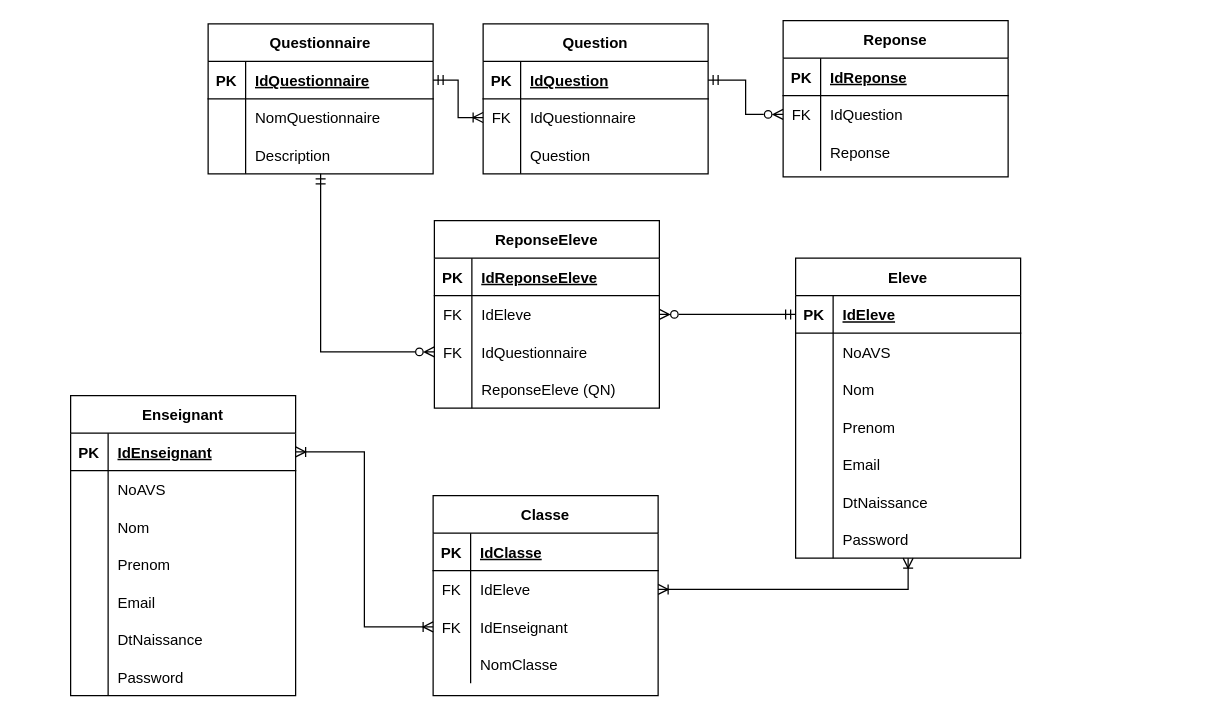
Before: DBDiagram.drawio in Devetik/Diagrammes, a draw.io diagram. Source tidied: cells renumbered, new cells numbered last; positions are measured from the earlier drawing's top-left corner, leaving out a move shared by most shapes. Both pictures are drawn from the tidied source at 125%, with x=0, y=0 at pixel (70, 20).
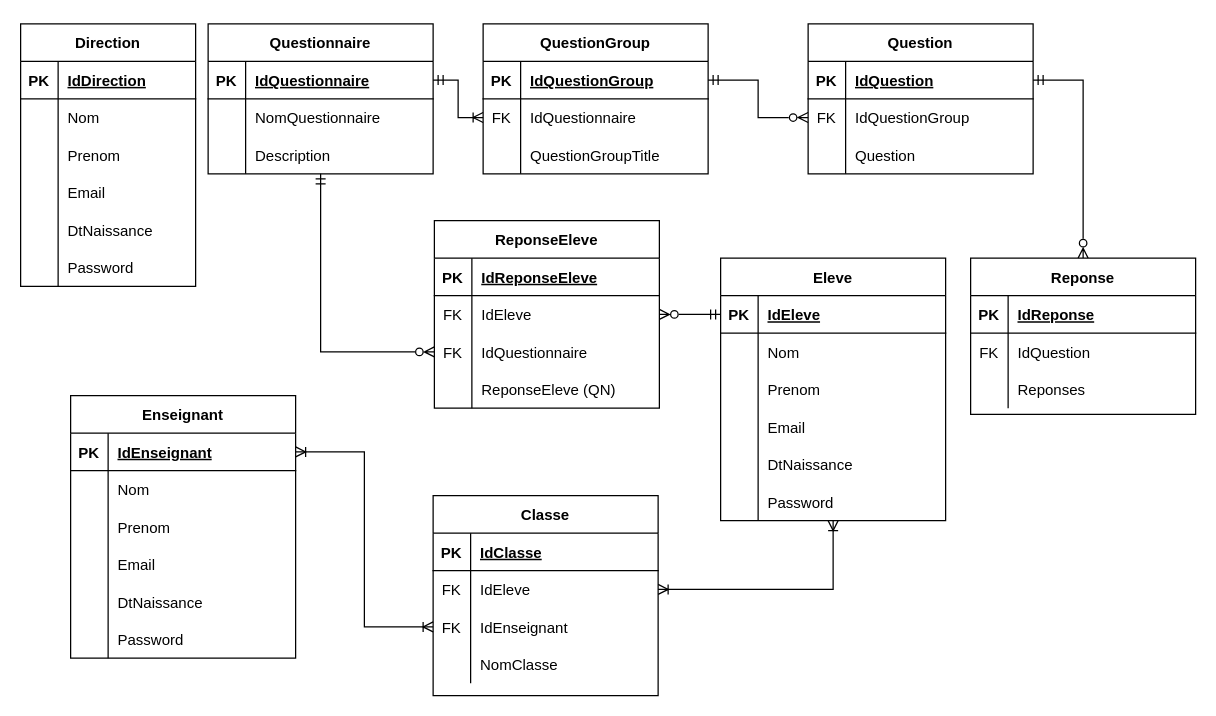
Above is the later version.

Unchanged cells that the change refers to:
```xml
<mxCell id="38" style="shape=tableRow;horizontal=0;startSize=0;swimlaneHead=0;swimlaneBody=0;fillColor=none;points=[[0,0.5],[1,0.5]];portConstraint=eastwest;top=0;left=0;right=0;bottom=1;" parent="37" vertex="1">
  <mxGeometry y="30" width="180" height="30" as="geometry" />
</mxCell>
<mxCell id="44" style="shape=tableRow;horizontal=0;startSize=0;swimlaneHead=0;swimlaneBody=0;fillColor=none;top=0;left=0;right=0;bottom=0;" parent="37" vertex="1">
  <mxGeometry y="90" width="180" height="30" as="geometry" />
</mxCell>
<mxCell id="51" style="shape=tableRow;horizontal=0;startSize=0;swimlaneHead=0;swimlaneBody=0;fillColor=none;points=[[0,0.5],[1,0.5]];portConstraint=eastwest;top=0;left=0;right=0;bottom=0;" parent="47" vertex="1">
  <mxGeometry y="60" width="180" height="30" as="geometry" />
</mxCell>
<mxCell id="54" style="shape=tableRow;horizontal=0;startSize=0;swimlaneHead=0;swimlaneBody=0;fillColor=none;top=0;left=0;right=0;bottom=0;" parent="47" vertex="1">
  <mxGeometry y="90" width="180" height="30" as="geometry" />
</mxCell>
```

Diff of the diagram source:
```diff
@@
     <mxCell id="3" value="Eleve" style="shape=table;startSize=30;childLayout=tableLayout;rowLines=0;fontStyle=1;align=center;" parent="1" vertex="1">
-      <mxGeometry x="580" y="190" width="180" height="240" as="geometry" />
+      <mxGeometry x="520" y="190" width="180" height="210" as="geometry" />
     </mxCell>
@@
-    <mxCell id="7" style="shape=tableRow;horizontal=0;startSize=0;swimlaneHead=0;swimlaneBody=0;fillColor=none;top=0;left=0;right=0;bottom=0;" parent="3" vertex="1">
-      <mxGeometry y="60" width="180" height="30" as="geometry" />
-    </mxCell>
-    <mxCell id="8" style="shape=partialRectangle;fillColor=none;top=0;left=0;bottom=0;right=0;overflow=hidden;" parent="7" vertex="1">
-      <mxGeometry width="30" height="30" as="geometry" />
-    </mxCell>
-    <mxCell id="9" value="NoAVS" style="shape=partialRectangle;fillColor=none;top=0;left=0;bottom=0;right=0;align=left;spacingLeft=6;overflow=hidden;" parent="7" vertex="1">
-      <mxGeometry x="30" width="150" height="30" as="geometry" />
-    </mxCell>
     <mxCell id="10" style="shape=tableRow;horizontal=0;startSize=0;swimlaneHead=0;swimlaneBody=0;fillColor=none;top=0;left=0;right=0;bottom=0;" parent="3" vertex="1">
-      <mxGeometry y="90" width="180" height="30" as="geometry" />
+      <mxGeometry y="60" width="180" height="30" as="geometry" />
     </mxCell>
@@
     <mxCell id="13" style="shape=tableRow;horizontal=0;startSize=0;swimlaneHead=0;swimlaneBody=0;fillColor=none;top=0;left=0;right=0;bottom=0;" parent="3" vertex="1">
-      <mxGeometry y="120" width="180" height="30" as="geometry" />
+      <mxGeometry y="90" width="180" height="30" as="geometry" />
     </mxCell>
@@
     <mxCell id="16" style="shape=tableRow;horizontal=0;startSize=0;swimlaneHead=0;swimlaneBody=0;fillColor=none;top=0;left=0;right=0;bottom=0;" parent="3" vertex="1">
-      <mxGeometry y="150" width="180" height="30" as="geometry" />
+      <mxGeometry y="120" width="180" height="30" as="geometry" />
     </mxCell>
@@
     <mxCell id="19" style="shape=tableRow;horizontal=0;startSize=0;swimlaneHead=0;swimlaneBody=0;fillColor=none;top=0;left=0;right=0;bottom=0;" parent="3" vertex="1">
-      <mxGeometry y="180" width="180" height="30" as="geometry" />
+      <mxGeometry y="150" width="180" height="30" as="geometry" />
     </mxCell>
@@
     <mxCell id="22" style="shape=tableRow;horizontal=0;startSize=0;swimlaneHead=0;swimlaneBody=0;fillColor=none;top=0;left=0;right=0;bottom=0;" parent="3" vertex="1">
-      <mxGeometry y="210" width="180" height="30" as="geometry" />
+      <mxGeometry y="180" width="180" height="30" as="geometry" />
     </mxCell>
@@
-    <mxCell id="36" style="edgeStyle=orthogonalEdgeStyle;rounded=0;jettySize=auto;html=1;startArrow=ERmandOne;startFill=0;endArrow=ERzeroToMany;endFill=0;exitX=1;exitY=0.5;exitDx=0;exitDy=0;entryX=0;entryY=0.5;entryDx=0;entryDy=0;" parent="1" edge="1" source="38" target="51">
+    <mxCell id="36" style="edgeStyle=orthogonalEdgeStyle;rounded=0;jettySize=auto;html=1;startArrow=ERmandOne;startFill=0;endArrow=ERzeroToMany;endFill=0;entryX=0.5;entryY=0;entryDx=0;entryDy=0;exitX=1;exitY=0.5;exitDx=0;exitDy=0;" parent="1" edge="1" source="130" target="47">
       <mxGeometry relative="1" as="geometry" />
     </mxCell>
-    <mxCell id="37" value="Question" style="shape=table;startSize=30;childLayout=tableLayout;rowLines=0;fontStyle=1;align=center;" parent="1" vertex="1">
+    <mxCell id="37" value="QuestionGroup" style="shape=table;startSize=30;childLayout=tableLayout;rowLines=0;fontStyle=1;align=center;" parent="1" vertex="1">
       <mxGeometry x="330" y="2.5" width="180" height="120" as="geometry" />
     </mxCell>
@@
-    <mxCell id="40" value="IdQuestion" style="shape=partialRectangle;fillColor=none;top=0;left=0;bottom=0;right=0;align=left;spacingLeft=6;fontStyle=5;overflow=hidden;" parent="38" vertex="1">
+    <mxCell id="40" value="IdQuestionGroup" style="shape=partialRectangle;fillColor=none;top=0;left=0;bottom=0;right=0;align=left;spacingLeft=6;fontStyle=5;overflow=hidden;" parent="38" vertex="1">
       <mxGeometry x="30" width="150" height="30" as="geometry" />
     </mxCell>
@@
-    <mxCell id="46" value="Question" style="shape=partialRectangle;fillColor=none;top=0;left=0;bottom=0;right=0;align=left;spacingLeft=6;overflow=hidden;" parent="44" vertex="1">
+    <mxCell id="46" value="QuestionGroupTitle" style="shape=partialRectangle;fillColor=none;top=0;left=0;bottom=0;right=0;align=left;spacingLeft=6;overflow=hidden;" parent="44" vertex="1">
       <mxGeometry x="30" width="150" height="30" as="geometry" />
     </mxCell>
     <mxCell id="47" value="Reponse" style="shape=table;startSize=30;childLayout=tableLayout;rowLines=0;fontStyle=1;align=center;" parent="1" vertex="1">
-      <mxGeometry x="570" width="180" height="125" as="geometry" />
+      <mxGeometry x="720" y="190" width="180" height="125" as="geometry" />
     </mxCell>
@@
-    <mxCell id="56" value="Reponse" style="shape=partialRectangle;fillColor=none;top=0;left=0;bottom=0;right=0;align=left;spacingLeft=6;overflow=hidden;" parent="54" vertex="1">
+    <mxCell id="56" value="Reponses" style="shape=partialRectangle;fillColor=none;top=0;left=0;bottom=0;right=0;align=left;spacingLeft=6;overflow=hidden;" parent="54" vertex="1">
       <mxGeometry x="30" width="150" height="30" as="geometry" />
     </mxCell>
@@
     <mxCell id="87" value="Enseignant" style="shape=table;startSize=30;childLayout=tableLayout;rowLines=0;fontStyle=1;align=center;" parent="1" vertex="1">
-      <mxGeometry y="300" width="180" height="240" as="geometry" />
+      <mxGeometry y="300" width="180" height="210" as="geometry" />
     </mxCell>
@@
-    <mxCell id="91" style="shape=tableRow;horizontal=0;startSize=0;swimlaneHead=0;swimlaneBody=0;fillColor=none;top=0;left=0;right=0;bottom=0;" parent="87" vertex="1">
-      <mxGeometry y="60" width="180" height="30" as="geometry" />
-    </mxCell>
-    <mxCell id="92" style="shape=partialRectangle;fillColor=none;top=0;left=0;bottom=0;right=0;overflow=hidden;" parent="91" vertex="1">
-      <mxGeometry width="30" height="30" as="geometry" />
-    </mxCell>
-    <mxCell id="93" value="NoAVS" style="shape=partialRectangle;fillColor=none;top=0;left=0;bottom=0;right=0;align=left;spacingLeft=6;overflow=hidden;" parent="91" vertex="1">
-      <mxGeometry x="30" width="150" height="30" as="geometry" />
-    </mxCell>
     <mxCell id="94" style="shape=tableRow;horizontal=0;startSize=0;swimlaneHead=0;swimlaneBody=0;fillColor=none;top=0;left=0;right=0;bottom=0;" parent="87" vertex="1">
-      <mxGeometry y="90" width="180" height="30" as="geometry" />
+      <mxGeometry y="60" width="180" height="30" as="geometry" />
     </mxCell>
@@
     <mxCell id="97" style="shape=tableRow;horizontal=0;startSize=0;swimlaneHead=0;swimlaneBody=0;fillColor=none;top=0;left=0;right=0;bottom=0;" parent="87" vertex="1">
-      <mxGeometry y="120" width="180" height="30" as="geometry" />
+      <mxGeometry y="90" width="180" height="30" as="geometry" />
     </mxCell>
@@
     <mxCell id="100" style="shape=tableRow;horizontal=0;startSize=0;swimlaneHead=0;swimlaneBody=0;fillColor=none;top=0;left=0;right=0;bottom=0;" parent="87" vertex="1">
-      <mxGeometry y="150" width="180" height="30" as="geometry" />
+      <mxGeometry y="120" width="180" height="30" as="geometry" />
     </mxCell>
@@
     <mxCell id="103" style="shape=tableRow;horizontal=0;startSize=0;swimlaneHead=0;swimlaneBody=0;fillColor=none;top=0;left=0;right=0;bottom=0;" parent="87" vertex="1">
-      <mxGeometry y="180" width="180" height="30" as="geometry" />
+      <mxGeometry y="150" width="180" height="30" as="geometry" />
     </mxCell>
@@
     <mxCell id="106" style="shape=tableRow;horizontal=0;startSize=0;swimlaneHead=0;swimlaneBody=0;fillColor=none;top=0;left=0;right=0;bottom=0;" parent="87" vertex="1">
-      <mxGeometry y="210" width="180" height="30" as="geometry" />
+      <mxGeometry y="180" width="180" height="30" as="geometry" />
     </mxCell>
@@
+    <mxCell id="110" value="Direction" style="shape=table;startSize=30;childLayout=tableLayout;rowLines=0;fontStyle=1;align=center;" parent="1" vertex="1">
+      <mxGeometry x="-40" y="2.5" width="140" height="210" as="geometry" />
+    </mxCell>
+    <mxCell id="111" style="shape=tableRow;horizontal=0;startSize=0;swimlaneHead=0;swimlaneBody=0;fillColor=none;top=0;left=0;right=0;bottom=1;" parent="110" vertex="1">
+      <mxGeometry y="30" width="140" height="30" as="geometry" />
+    </mxCell>
+    <mxCell id="112" value="PK" style="shape=partialRectangle;fillColor=none;top=0;left=0;bottom=0;right=0;fontStyle=1;overflow=hidden;" parent="111" vertex="1">
+      <mxGeometry width="30" height="30" as="geometry" />
+    </mxCell>
+    <mxCell id="113" value="IdDirection" style="shape=partialRectangle;fillColor=none;top=0;left=0;bottom=0;right=0;align=left;spacingLeft=6;fontStyle=5;overflow=hidden;" parent="111" vertex="1">
+      <mxGeometry x="30" width="110" height="30" as="geometry" />
+    </mxCell>
+    <mxCell id="114" style="shape=tableRow;horizontal=0;startSize=0;swimlaneHead=0;swimlaneBody=0;fillColor=none;top=0;left=0;right=0;bottom=0;" parent="110" vertex="1">
+      <mxGeometry y="60" width="140" height="30" as="geometry" />
+    </mxCell>
+    <mxCell id="115" style="shape=partialRectangle;fillColor=none;top=0;left=0;bottom=0;right=0;overflow=hidden;" parent="114" vertex="1">
+      <mxGeometry width="30" height="30" as="geometry" />
+    </mxCell>
+    <mxCell id="116" value="Nom" style="shape=partialRectangle;fillColor=none;top=0;left=0;bottom=0;right=0;align=left;spacingLeft=6;overflow=hidden;" parent="114" vertex="1">
+      <mxGeometry x="30" width="110" height="30" as="geometry" />
+    </mxCell>
+    <mxCell id="117" style="shape=tableRow;horizontal=0;startSize=0;swimlaneHead=0;swimlaneBody=0;fillColor=none;top=0;left=0;right=0;bottom=0;" parent="110" vertex="1">
+      <mxGeometry y="90" width="140" height="30" as="geometry" />
+    </mxCell>
+    <mxCell id="118" style="shape=partialRectangle;fillColor=none;top=0;left=0;bottom=0;right=0;overflow=hidden;" parent="117" vertex="1">
+      <mxGeometry width="30" height="30" as="geometry" />
+    </mxCell>
+    <mxCell id="119" value="Prenom" style="shape=partialRectangle;fillColor=none;top=0;left=0;bottom=0;right=0;align=left;spacingLeft=6;overflow=hidden;" parent="117" vertex="1">
+      <mxGeometry x="30" width="110" height="30" as="geometry" />
+    </mxCell>
+    <mxCell id="120" style="shape=tableRow;horizontal=0;startSize=0;swimlaneHead=0;swimlaneBody=0;fillColor=none;top=0;left=0;right=0;bottom=0;" parent="110" vertex="1">
+      <mxGeometry y="120" width="140" height="30" as="geometry" />
+    </mxCell>
+    <mxCell id="121" style="shape=partialRectangle;fillColor=none;top=0;left=0;bottom=0;right=0;overflow=hidden;" parent="120" vertex="1">
+      <mxGeometry width="30" height="30" as="geometry" />
+    </mxCell>
+    <mxCell id="122" value="Email" style="shape=partialRectangle;fillColor=none;top=0;left=0;bottom=0;right=0;align=left;spacingLeft=6;overflow=hidden;" parent="120" vertex="1">
+      <mxGeometry x="30" width="110" height="30" as="geometry" />
+    </mxCell>
+    <mxCell id="123" style="shape=tableRow;horizontal=0;startSize=0;swimlaneHead=0;swimlaneBody=0;fillColor=none;top=0;left=0;right=0;bottom=0;" parent="110" vertex="1">
+      <mxGeometry y="150" width="140" height="30" as="geometry" />
+    </mxCell>
+    <mxCell id="124" style="shape=partialRectangle;fillColor=none;top=0;left=0;bottom=0;right=0;overflow=hidden;" parent="123" vertex="1">
+      <mxGeometry width="30" height="30" as="geometry" />
+    </mxCell>
+    <mxCell id="125" value="DtNaissance" style="shape=partialRectangle;fillColor=none;top=0;left=0;bottom=0;right=0;align=left;spacingLeft=6;overflow=hidden;" parent="123" vertex="1">
+      <mxGeometry x="30" width="110" height="30" as="geometry" />
+    </mxCell>
+    <mxCell id="126" style="shape=tableRow;horizontal=0;startSize=0;swimlaneHead=0;swimlaneBody=0;fillColor=none;top=0;left=0;right=0;bottom=0;" parent="110" vertex="1">
+      <mxGeometry y="180" width="140" height="30" as="geometry" />
+    </mxCell>
+    <mxCell id="127" style="shape=partialRectangle;fillColor=none;top=0;left=0;bottom=0;right=0;overflow=hidden;" parent="126" vertex="1">
+      <mxGeometry width="30" height="30" as="geometry" />
+    </mxCell>
+    <mxCell id="128" value="Password" style="shape=partialRectangle;fillColor=none;top=0;left=0;bottom=0;right=0;align=left;spacingLeft=6;overflow=hidden;" parent="126" vertex="1">
+      <mxGeometry x="30" width="110" height="30" as="geometry" />
+    </mxCell>
+    <mxCell id="129" value="Question" style="shape=table;startSize=30;childLayout=tableLayout;rowLines=0;fontStyle=1;align=center;" parent="1" vertex="1">
+      <mxGeometry x="590" y="2.5" width="180" height="120" as="geometry" />
+    </mxCell>
+    <mxCell id="130" style="shape=tableRow;horizontal=0;startSize=0;swimlaneHead=0;swimlaneBody=0;fillColor=none;points=[[0,0.5],[1,0.5]];portConstraint=eastwest;top=0;left=0;right=0;bottom=1;" parent="129" vertex="1">
+      <mxGeometry y="30" width="180" height="30" as="geometry" />
+    </mxCell>
+    <mxCell id="131" value="PK" style="shape=partialRectangle;fillColor=none;top=0;left=0;bottom=0;right=0;fontStyle=1;overflow=hidden;" parent="130" vertex="1">
+      <mxGeometry width="30" height="30" as="geometry" />
+    </mxCell>
+    <mxCell id="132" value="IdQuestion" style="shape=partialRectangle;fillColor=none;top=0;left=0;bottom=0;right=0;align=left;spacingLeft=6;fontStyle=5;overflow=hidden;" parent="130" vertex="1">
+      <mxGeometry x="30" width="150" height="30" as="geometry" />
+    </mxCell>
+    <mxCell id="133" style="shape=tableRow;horizontal=0;startSize=0;swimlaneHead=0;swimlaneBody=0;fillColor=none;points=[[0,0.5],[1,0.5]];portConstraint=eastwest;top=0;left=0;right=0;bottom=0;" parent="129" vertex="1">
+      <mxGeometry y="60" width="180" height="30" as="geometry" />
+    </mxCell>
+    <mxCell id="134" value="FK" style="shape=partialRectangle;fillColor=none;top=0;left=0;bottom=0;right=0;overflow=hidden;" parent="133" vertex="1">
+      <mxGeometry width="30" height="30" as="geometry" />
+    </mxCell>
+    <mxCell id="135" value="IdQuestionGroup" style="shape=partialRectangle;fillColor=none;top=0;left=0;bottom=0;right=0;align=left;spacingLeft=6;overflow=hidden;" parent="133" vertex="1">
+      <mxGeometry x="30" width="150" height="30" as="geometry" />
+    </mxCell>
+    <mxCell id="136" style="shape=tableRow;horizontal=0;startSize=0;swimlaneHead=0;swimlaneBody=0;fillColor=none;top=0;left=0;right=0;bottom=0;" parent="129" vertex="1">
+      <mxGeometry y="90" width="180" height="30" as="geometry" />
+    </mxCell>
+    <mxCell id="137" style="shape=partialRectangle;fillColor=none;top=0;left=0;bottom=0;right=0;overflow=hidden;" parent="136" vertex="1">
+      <mxGeometry width="30" height="30" as="geometry" />
+    </mxCell>
+    <mxCell id="138" value="Question" style="shape=partialRectangle;fillColor=none;top=0;left=0;bottom=0;right=0;align=left;spacingLeft=6;overflow=hidden;" parent="136" vertex="1">
+      <mxGeometry x="30" width="150" height="30" as="geometry" />
+    </mxCell>
+    <mxCell id="139" style="edgeStyle=orthogonalEdgeStyle;rounded=0;jettySize=auto;html=1;startArrow=ERmandOne;startFill=0;endArrow=ERzeroToMany;endFill=0;entryX=0;entryY=0.5;entryDx=0;entryDy=0;exitX=1;exitY=0.5;exitDx=0;exitDy=0;" parent="1" edge="1" source="38" target="133">
+      <mxGeometry relative="1" as="geometry" />
+    </mxCell>
```
